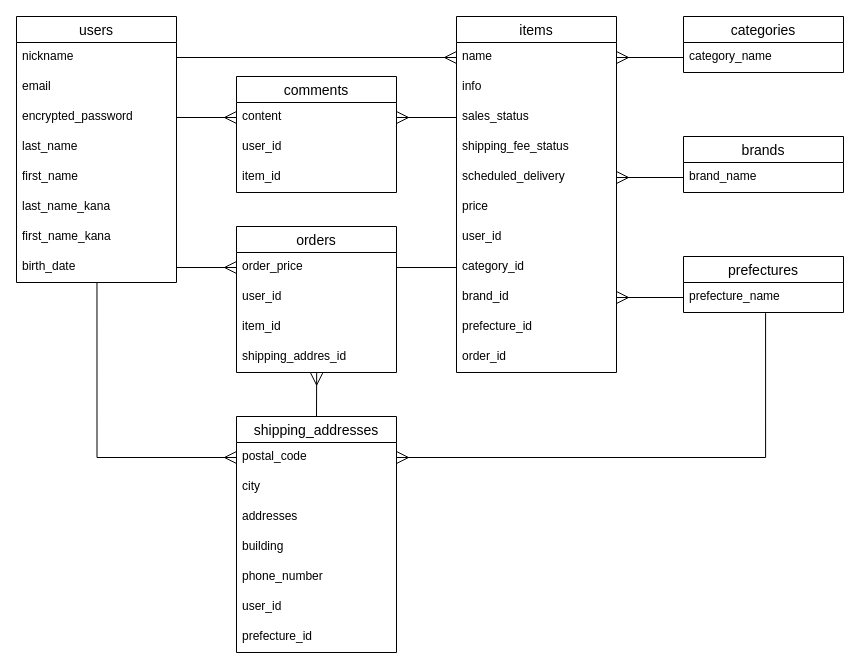
Earlier version of the draw.io diagram DB.dio (41682/furima-41682). Source tidied: cells renumbered, new cells numbered last; positions are measured from the earlier drawing's top-left corner, leaving out a move shared by most shapes. Both pictures are drawn from the tidied source at 100%, with x=0, y=0 at pixel (16, 16).
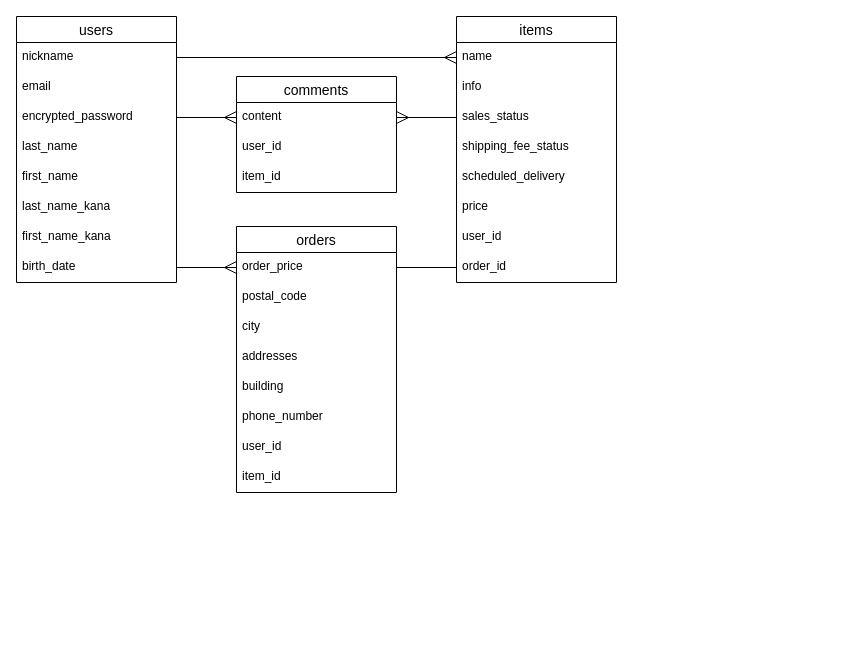
Above is the later version.

Unchanged cells that the change refers to:
```xml
<mxCell id="10" value="birth_date" style="text;strokeColor=none;fillColor=none;spacingLeft=4;spacingRight=4;overflow=hidden;points=[[0,0.5],[1,0.5]];portConstraint=eastwest;fontSize=12;" parent="2" vertex="1">
  <mxGeometry y="236" width="160" height="30" as="geometry" />
</mxCell>
<mxCell id="16" value="scheduled_delivery" style="text;strokeColor=none;fillColor=none;spacingLeft=4;spacingRight=4;overflow=hidden;points=[[0,0.5],[1,0.5]];portConstraint=eastwest;fontSize=12;" parent="11" vertex="1">
  <mxGeometry y="146" width="160" height="30" as="geometry" />
</mxCell>
<mxCell id="28" value="order_price" style="text;strokeColor=none;fillColor=none;spacingLeft=4;spacingRight=4;overflow=hidden;points=[[0,0.5],[1,0.5]];portConstraint=eastwest;fontSize=12;" parent="27" vertex="1">
  <mxGeometry y="26" width="160" height="30" as="geometry" />
</mxCell>
```

Diff of the diagram source:
```diff
@@
     <mxCell id="11" value="items" style="swimlane;fontStyle=0;horizontal=1;startSize=26;align=center;fontSize=14;" parent="1" vertex="1">
-      <mxGeometry x="440" width="160" height="356" as="geometry" />
+      <mxGeometry x="440" width="160" height="266" as="geometry" />
     </mxCell>
@@
-    <mxCell id="19" value="category_id" style="text;strokeColor=none;fillColor=none;spacingLeft=4;spacingRight=4;overflow=hidden;points=[[0,0.5],[1,0.5]];portConstraint=eastwest;fontSize=12;" parent="11" vertex="1">
-      <mxGeometry y="236" width="160" height="30" as="geometry" />
-    </mxCell>
-    <mxCell id="20" value="brand_id" style="text;strokeColor=none;fillColor=none;spacingLeft=4;spacingRight=4;overflow=hidden;fontSize=12;" parent="11" vertex="1">
-      <mxGeometry y="266" width="160" height="30" as="geometry" />
-    </mxCell>
-    <mxCell id="21" value="prefecture_id" style="text;strokeColor=none;fillColor=none;spacingLeft=4;spacingRight=4;overflow=hidden;fontSize=12;" parent="11" vertex="1">
-      <mxGeometry y="296" width="160" height="30" as="geometry" />
-    </mxCell>
     <mxCell id="22" value="order_id" style="text;strokeColor=none;fillColor=none;spacingLeft=4;spacingRight=4;overflow=hidden;fontSize=12;" parent="11" vertex="1">
-      <mxGeometry y="326" width="160" height="30" as="geometry" />
+      <mxGeometry y="236" width="160" height="30" as="geometry" />
     </mxCell>
@@
     <mxCell id="27" value="orders" style="swimlane;fontStyle=0;horizontal=1;startSize=26;align=center;fontSize=14;" parent="1" vertex="1">
-      <mxGeometry x="220" y="210" width="160" height="146" as="geometry" />
+      <mxGeometry x="220" y="210" width="160" height="266" as="geometry" />
     </mxCell>
@@
-    <mxCell id="29" value="user_id" style="text;strokeColor=none;fillColor=none;spacingLeft=4;spacingRight=4;overflow=hidden;fontSize=12;" parent="27" vertex="1">
-      <mxGeometry y="56" width="160" height="30" as="geometry" />
-    </mxCell>
-    <mxCell id="30" value="item_id" style="text;strokeColor=none;fillColor=none;spacingLeft=4;spacingRight=4;overflow=hidden;fontSize=12;" parent="27" vertex="1">
-      <mxGeometry y="86" width="160" height="30" as="geometry" />
-    </mxCell>
-    <mxCell id="31" value="shipping_addres_id" style="text;strokeColor=none;fillColor=none;spacingLeft=4;spacingRight=4;overflow=hidden;points=[[0,0.5],[1,0.5]];portConstraint=eastwest;fontSize=12;" parent="27" vertex="1">
-      <mxGeometry y="116" width="160" height="30" as="geometry" />
-    </mxCell>
-    <mxCell id="32" style="edgeStyle=none;rounded=0;jumpSize=10;html=1;exitX=0.5;exitY=0;exitDx=0;exitDy=0;entryX=0.501;entryY=1.02;entryDx=0;entryDy=0;entryPerimeter=0;strokeWidth=1;endArrow=ERmany;endFill=0;startSize=10;endSize=10;startArrow=none;startFill=0;" parent="1" edge="1" source="33" target="31">
-      <mxGeometry relative="1" as="geometry" />
-    </mxCell>
-    <mxCell id="33" value="shipping_addresses" style="swimlane;fontStyle=0;horizontal=1;startSize=26;align=center;fontSize=14;" parent="1" vertex="1">
-      <mxGeometry x="220" y="400" width="160" height="236" as="geometry" />
-    </mxCell>
-    <mxCell id="34" value="postal_code" style="text;strokeColor=none;fillColor=none;spacingLeft=4;spacingRight=4;overflow=hidden;points=[[0,0.5],[1,0.5]];portConstraint=eastwest;fontSize=12;" parent="33" vertex="1">
-      <mxGeometry y="26" width="160" height="30" as="geometry" />
+    <mxCell id="34" value="postal_code" style="text;strokeColor=none;fillColor=none;spacingLeft=4;spacingRight=4;overflow=hidden;points=[[0,0.5],[1,0.5]];portConstraint=eastwest;fontSize=12;" parent="27" vertex="1">
+      <mxGeometry y="56" width="160" height="30" as="geometry" />
     </mxCell>
-    <mxCell id="35" value="city" style="text;strokeColor=none;fillColor=none;spacingLeft=4;spacingRight=4;overflow=hidden;fontSize=12;" parent="33" vertex="1">
-      <mxGeometry y="56" width="160" height="30" as="geometry" />
+    <mxCell id="35" value="city" style="text;strokeColor=none;fillColor=none;spacingLeft=4;spacingRight=4;overflow=hidden;fontSize=12;" parent="27" vertex="1">
+      <mxGeometry y="86" width="160" height="30" as="geometry" />
     </mxCell>
-    <mxCell id="36" value="addresses" style="text;strokeColor=none;fillColor=none;spacingLeft=4;spacingRight=4;overflow=hidden;fontSize=12;" parent="33" vertex="1">
-      <mxGeometry y="86" width="160" height="30" as="geometry" />
+    <mxCell id="36" value="addresses" style="text;strokeColor=none;fillColor=none;spacingLeft=4;spacingRight=4;overflow=hidden;fontSize=12;" parent="27" vertex="1">
+      <mxGeometry y="116" width="160" height="30" as="geometry" />
     </mxCell>
-    <mxCell id="37" value="building" style="text;strokeColor=none;fillColor=none;spacingLeft=4;spacingRight=4;overflow=hidden;fontSize=12;" parent="33" vertex="1">
-      <mxGeometry y="116" width="160" height="30" as="geometry" />
+    <mxCell id="37" value="building" style="text;strokeColor=none;fillColor=none;spacingLeft=4;spacingRight=4;overflow=hidden;fontSize=12;" parent="27" vertex="1">
+      <mxGeometry y="146" width="160" height="30" as="geometry" />
     </mxCell>
-    <mxCell id="38" value="phone_number" style="text;strokeColor=none;fillColor=none;spacingLeft=4;spacingRight=4;overflow=hidden;fontSize=12;" parent="33" vertex="1">
-      <mxGeometry y="146" width="160" height="30" as="geometry" />
+    <mxCell id="38" value="phone_number" style="text;strokeColor=none;fillColor=none;spacingLeft=4;spacingRight=4;overflow=hidden;fontSize=12;" parent="27" vertex="1">
+      <mxGeometry y="176" width="160" height="30" as="geometry" />
     </mxCell>
-    <mxCell id="39" value="user_id" style="text;strokeColor=none;fillColor=none;spacingLeft=4;spacingRight=4;overflow=hidden;fontSize=12;" parent="33" vertex="1">
-      <mxGeometry y="176" width="160" height="30" as="geometry" />
-    </mxCell>
-    <mxCell id="40" value="prefecture_id" style="text;strokeColor=none;fillColor=none;spacingLeft=4;spacingRight=4;overflow=hidden;fontSize=12;" parent="33" vertex="1">
-      <mxGeometry y="206" width="160" height="30" as="geometry" />
-    </mxCell>
+    <mxCell id="29" value="user_id" style="text;strokeColor=none;fillColor=none;spacingLeft=4;spacingRight=4;overflow=hidden;fontSize=12;" parent="27" vertex="1">
+      <mxGeometry y="206" width="160" height="30" as="geometry" />
+    </mxCell>
+    <mxCell id="30" value="item_id" style="text;strokeColor=none;fillColor=none;spacingLeft=4;spacingRight=4;overflow=hidden;fontSize=12;" parent="27" vertex="1">
+      <mxGeometry y="236" width="160" height="30" as="geometry" />
+    </mxCell>
@@
-    <mxCell id="42" value="categories" style="swimlane;fontStyle=0;horizontal=1;startSize=26;align=center;fontSize=14;" parent="1" vertex="1">
-      <mxGeometry x="667" width="160" height="56" as="geometry" />
-    </mxCell>
-    <mxCell id="43" value="category_name" style="text;strokeColor=none;fillColor=none;spacingLeft=4;spacingRight=4;overflow=hidden;points=[[0,0.5],[1,0.5]];portConstraint=eastwest;fontSize=12;" parent="42" vertex="1">
-      <mxGeometry y="26" width="160" height="30" as="geometry" />
-    </mxCell>
-    <mxCell id="44" value="brands" style="swimlane;fontStyle=0;horizontal=1;startSize=26;align=center;fontSize=14;" parent="1" vertex="1">
-      <mxGeometry x="667" y="120" width="160" height="56" as="geometry" />
-    </mxCell>
-    <mxCell id="45" value="brand_name" style="text;strokeColor=none;fillColor=none;spacingLeft=4;spacingRight=4;overflow=hidden;points=[[0,0.5],[1,0.5]];portConstraint=eastwest;fontSize=12;" parent="44" vertex="1">
-      <mxGeometry y="26" width="160" height="30" as="geometry" />
-    </mxCell>
-    <mxCell id="46" value="prefectures" style="swimlane;fontStyle=0;horizontal=1;startSize=26;align=center;fontSize=14;" parent="1" vertex="1">
-      <mxGeometry x="667" y="240" width="160" height="56" as="geometry" />
-    </mxCell>
-    <mxCell id="47" value="prefecture_name" style="text;strokeColor=none;fillColor=none;spacingLeft=4;spacingRight=4;overflow=hidden;points=[[0,0.5],[1,0.5]];portConstraint=eastwest;fontSize=12;" parent="46" vertex="1">
-      <mxGeometry y="26" width="160" height="30" as="geometry" />
-    </mxCell>
-    <mxCell id="48" style="edgeStyle=none;rounded=0;jumpSize=10;html=1;exitX=1;exitY=0.5;exitDx=0;exitDy=0;entryX=0;entryY=0.5;entryDx=0;entryDy=0;strokeWidth=1;endArrow=none;endFill=0;startSize=10;endSize=10;startArrow=ERmany;startFill=0;" parent="1" edge="1" target="43">
-      <mxGeometry relative="1" as="geometry">
-        <mxPoint x="600" y="41" as="sourcePoint" />
-      </mxGeometry>
-    </mxCell>
-    <mxCell id="49" style="edgeStyle=none;rounded=0;jumpSize=10;html=1;exitX=1;exitY=0.5;exitDx=0;exitDy=0;entryX=0;entryY=0.5;entryDx=0;entryDy=0;strokeWidth=1;endArrow=none;endFill=0;startSize=10;endSize=10;startArrow=ERmany;startFill=0;" parent="1" edge="1" source="16" target="45">
-      <mxGeometry relative="1" as="geometry" />
-    </mxCell>
@@
-    <mxCell id="52" style="edgeStyle=orthogonalEdgeStyle;rounded=0;jumpSize=10;html=1;exitX=1;exitY=0.5;exitDx=0;exitDy=0;entryX=0.513;entryY=1.021;entryDx=0;entryDy=0;entryPerimeter=0;strokeWidth=1;endArrow=none;endFill=0;startSize=10;endSize=10;startArrow=ERmany;startFill=0;" parent="1" edge="1" source="34" target="47">
-      <mxGeometry relative="1" as="geometry" />
-    </mxCell>
@@
-    <mxCell id="54" style="edgeStyle=none;rounded=0;jumpSize=10;html=1;exitX=1;exitY=0.5;exitDx=0;exitDy=0;entryX=0;entryY=0.5;entryDx=0;entryDy=0;strokeWidth=1;endArrow=none;endFill=0;startSize=10;endSize=10;startArrow=ERmany;startFill=0;" parent="1" edge="1" target="47">
-      <mxGeometry relative="1" as="geometry">
-        <mxPoint x="600" y="281" as="sourcePoint" />
-      </mxGeometry>
-    </mxCell>
-    <mxCell id="55" style="edgeStyle=none;rounded=0;jumpSize=10;html=1;exitX=0;exitY=0.5;exitDx=0;exitDy=0;entryX=1;entryY=0.5;entryDx=0;entryDy=0;strokeWidth=1;endArrow=none;endFill=0;startSize=10;endSize=10;" parent="1" edge="1" source="19" target="28">
-      <mxGeometry relative="1" as="geometry" />
+    <mxCell id="55" style="edgeStyle=none;rounded=0;jumpSize=10;html=1;exitX=0;exitY=0.5;exitDx=0;exitDy=0;entryX=1;entryY=0.5;entryDx=0;entryDy=0;strokeWidth=1;endArrow=none;endFill=0;startSize=10;endSize=10;" parent="1" edge="1" target="28">
+      <mxGeometry relative="1" as="geometry">
+        <mxPoint x="440" y="251" as="sourcePoint" />
+      </mxGeometry>
     </mxCell>
-    <mxCell id="56" style="edgeStyle=orthogonalEdgeStyle;rounded=0;jumpSize=10;html=1;exitX=0;exitY=0.5;exitDx=0;exitDy=0;strokeWidth=1;endArrow=none;endFill=0;startSize=10;endSize=10;entryX=0.503;entryY=1.003;entryDx=0;entryDy=0;entryPerimeter=0;startArrow=ERmany;startFill=0;" parent="1" edge="1" source="34" target="10">
-      <mxGeometry relative="1" as="geometry" />
-    </mxCell>
```
